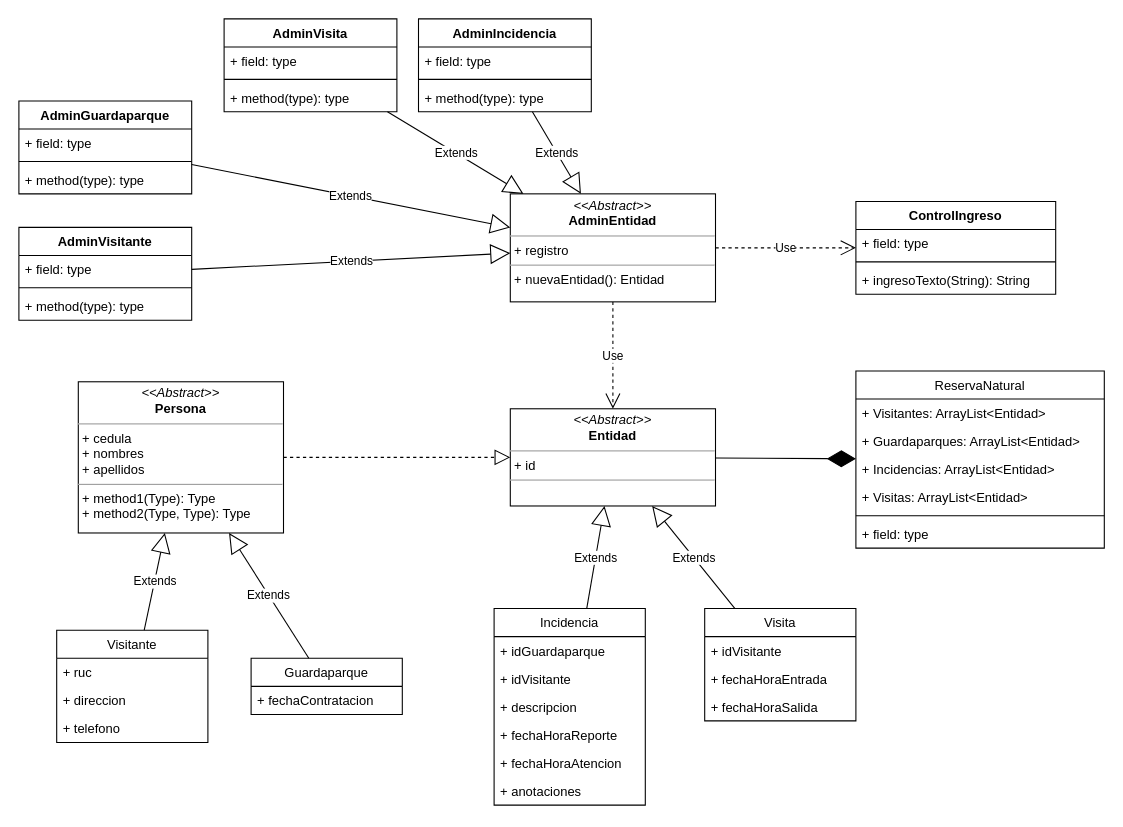
This is page "Page-1" (1 of 2) of solucion.drawio from leninrkb/ReservaNatural, a draw.io file, before an edit. Source tidied: cells renumbered, new cells numbered last; positions are measured from the earlier drawing's top-left corner, leaving out a move shared by most shapes. Both pictures are drawn from the tidied source at 108%, with x=0, y=0 at pixel (18, 18).
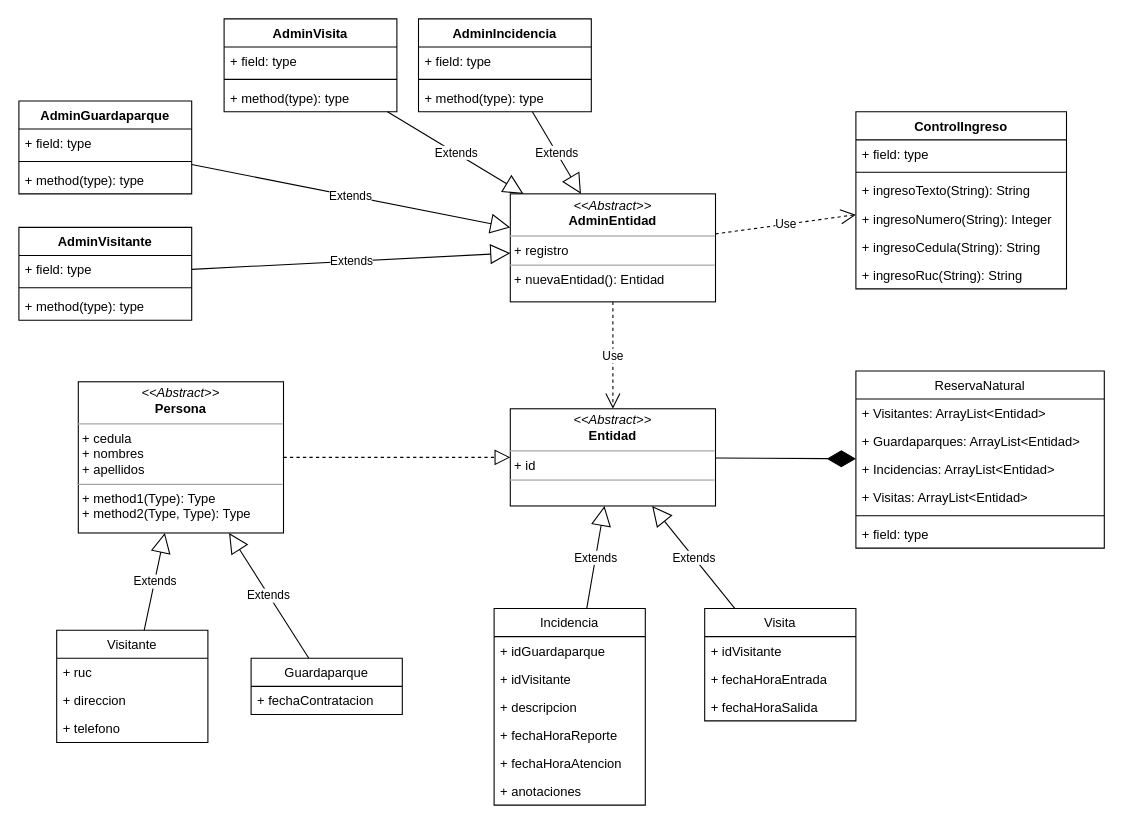
Above is the later version.

The edit, as a diff of the source:
```diff
@@
     <mxCell id="56" value="ControlIngreso" style="swimlane;fontStyle=1;align=center;verticalAlign=top;horizontal=1;startSize=26;" parent="1" vertex="1">
-      <mxGeometry x="775" y="169" width="185" height="86" as="geometry" />
+      <mxGeometry x="775" y="86" width="195" height="164" as="geometry" />
     </mxCell>
     <mxCell id="57" value="+ field: type" style="text;strokeColor=none;fillColor=none;align=left;verticalAlign=top;spacingLeft=4;spacingRight=4;overflow=hidden;" parent="56" vertex="1">
-      <mxGeometry y="26" width="185" height="26" as="geometry" />
+      <mxGeometry y="26" width="195" height="26" as="geometry" />
     </mxCell>
     <mxCell id="58" style="line;strokeWidth=1;fillColor=none;align=left;verticalAlign=middle;spacingTop=-1;spacingLeft=3;spacingRight=3;labelPosition=right;strokeColor=inherit;" parent="56" vertex="1">
-      <mxGeometry y="52" width="185" height="8" as="geometry" />
+      <mxGeometry y="52" width="195" height="8" as="geometry" />
     </mxCell>
     <mxCell id="59" value="+ ingresoTexto(String): String" style="text;strokeColor=none;fillColor=none;align=left;verticalAlign=top;spacingLeft=4;spacingRight=4;overflow=hidden;" parent="56" vertex="1">
-      <mxGeometry y="60" width="185" height="26" as="geometry" />
+      <mxGeometry y="60" width="195" height="26" as="geometry" />
     </mxCell>
+    <mxCell id="61" value="+ ingresoNumero(String): Integer" style="text;strokeColor=none;fillColor=none;align=left;verticalAlign=top;spacingLeft=4;spacingRight=4;overflow=hidden;" parent="56" vertex="1">
+      <mxGeometry y="86" width="195" height="26" as="geometry" />
+    </mxCell>
+    <mxCell id="62" value="+ ingresoCedula(String): String" style="text;strokeColor=none;fillColor=none;align=left;verticalAlign=top;spacingLeft=4;spacingRight=4;overflow=hidden;" parent="56" vertex="1">
+      <mxGeometry y="112" width="195" height="26" as="geometry" />
+    </mxCell>
+    <mxCell id="63" value="+ ingresoRuc(String): String" style="text;strokeColor=none;fillColor=none;align=left;verticalAlign=top;spacingLeft=4;spacingRight=4;overflow=hidden;" parent="56" vertex="1">
+      <mxGeometry y="138" width="195" height="26" as="geometry" />
+    </mxCell>
```
